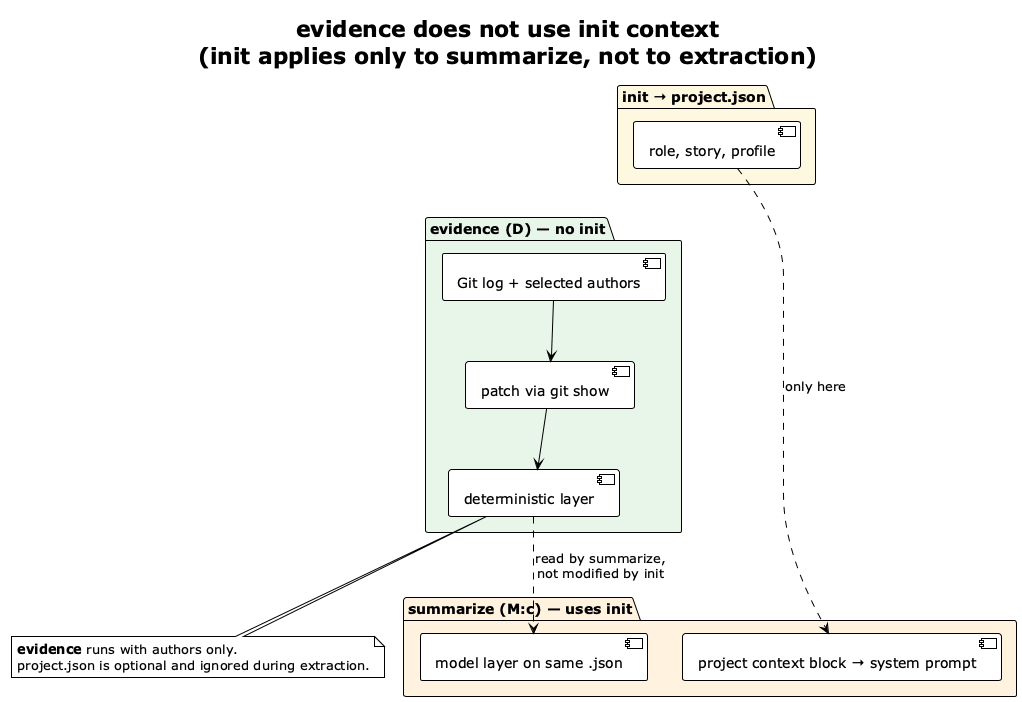
Earlier version of the PlantUML export img/evidence-init-context.png (vzakharchenko/dev-workgraph). The source it was exported from:
```plantuml
@startuml evidence-init-context
!theme plain
skinparam shadowing false

title **evidence** does not use init context\n(init applies only to **summarize**, not to extraction)

package "init → project.json" #FFF8E1 {
  [role, story, profile] as INIT
}

package "**evidence (D)** — no init" #E8F5E9 {
  [Git log + selected authors] as GIT
  [patch via git show] as PATCH
  [deterministic layer] as DET
}

package "**summarize (M:c)** — uses init" #FFF3E0 {
  [project context block → system prompt] as BLOCK
  [model layer on same .json] as MOD
}

INIT -[hidden]-> GIT
GIT --> PATCH
PATCH --> DET

INIT ..> BLOCK : only here
DET ..> MOD : read by summarize,\nnot modified by init

note bottom of DET
  **evidence** runs with authors only.
  project.json is optional and ignored during extraction.
end note

@enduml
```
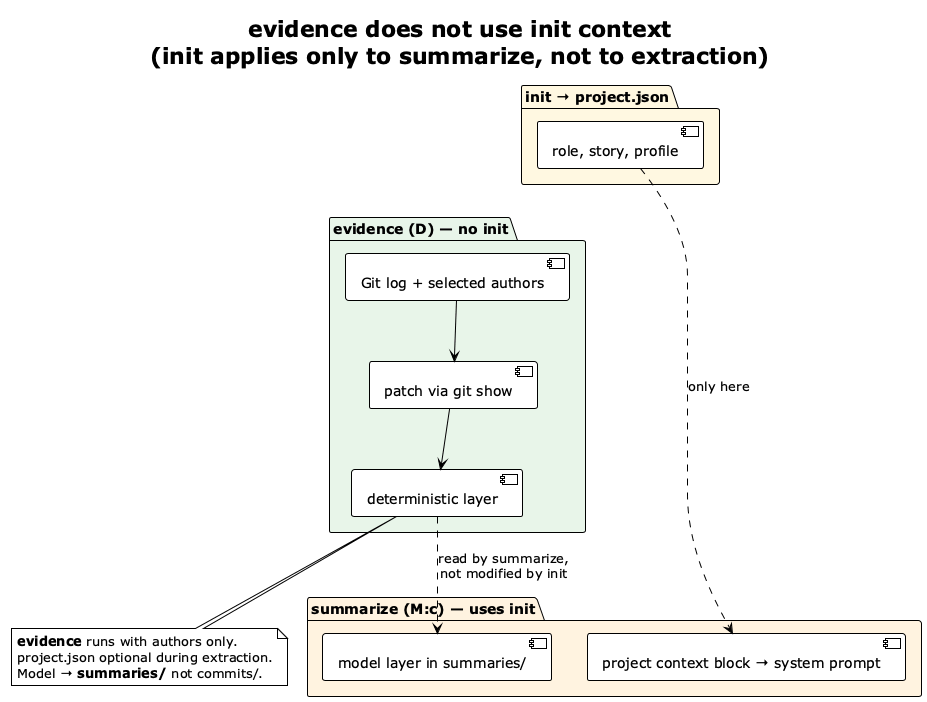
After the commit.

What changed in the source:
```diff
@@ -16,7 +16,7 @@
 
 package "**summarize (M:c)** — uses init" #FFF3E0 {
   [project context block → system prompt] as BLOCK
-  [model layer on same .json] as MOD
+  [model layer in summaries/] as MOD
 }
 
 INIT -[hidden]-> GIT
@@ -28,7 +28,8 @@
 
 note bottom of DET
   **evidence** runs with authors only.
-  project.json is optional and ignored during extraction.
+  project.json optional during extraction.
+  Model → **summaries/** not commits/.
 end note
 
 @enduml
```
